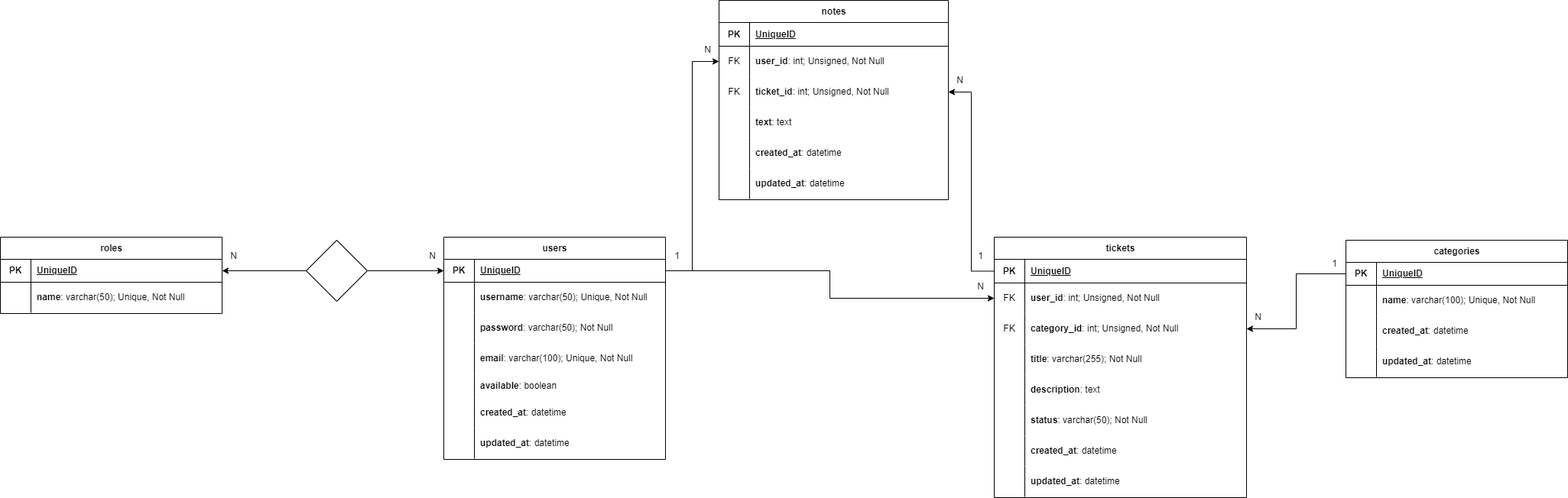
This is ticket-platform.drawio.png from giogiosgr/ticket-platform, a draw.io export, as it was before one commit. Source tidied: cells renumbered, new cells last; positions are measured from the earlier drawing's top-left corner, leaving out a move shared by most shapes.
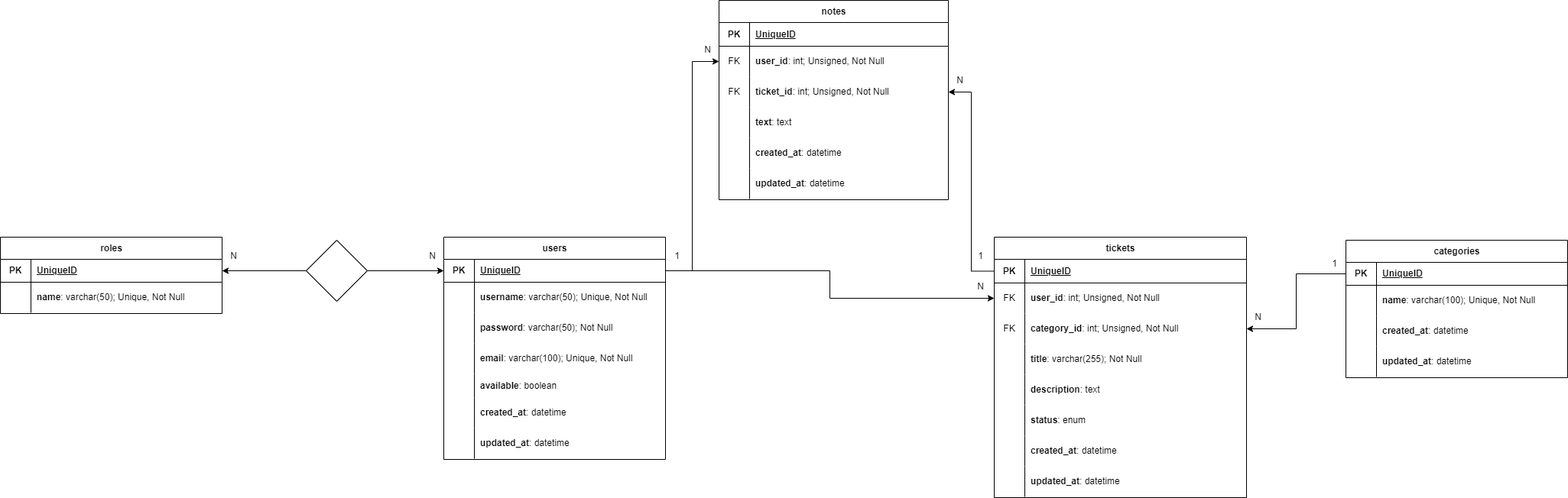
After the change.

The edit, as a diff of the source:
```diff
@@ -122,7 +122,7 @@
     <mxCell id="41" style="shape=partialRectangle;fillColor=none;top=0;left=0;bottom=0;right=0;overflow=hidden;whiteSpace=wrap;html=1;" parent="40" vertex="1">
       <mxGeometry width="40" height="40" as="geometry" />
     </mxCell>
-    <mxCell id="42" value="&lt;b&gt;status&lt;/b&gt;: varchar(50); Not Null&lt;b&gt;&amp;nbsp;&lt;/b&gt;" style="shape=partialRectangle;fillColor=none;top=0;left=0;bottom=0;right=0;align=left;spacingLeft=6;overflow=hidden;whiteSpace=wrap;html=1;" parent="40" vertex="1">
+    <mxCell id="42" value="&lt;b&gt;status&lt;/b&gt;: enum" style="shape=partialRectangle;fillColor=none;top=0;left=0;bottom=0;right=0;align=left;spacingLeft=6;overflow=hidden;whiteSpace=wrap;html=1;" parent="40" vertex="1">
       <mxGeometry x="40" width="290" height="40" as="geometry" />
     </mxCell>
     <mxCell id="43" style="shape=tableRow;horizontal=0;startSize=0;swimlaneHead=0;swimlaneBody=0;fillColor=none;top=0;left=0;right=0;bottom=0;" parent="24" vertex="1">
```
